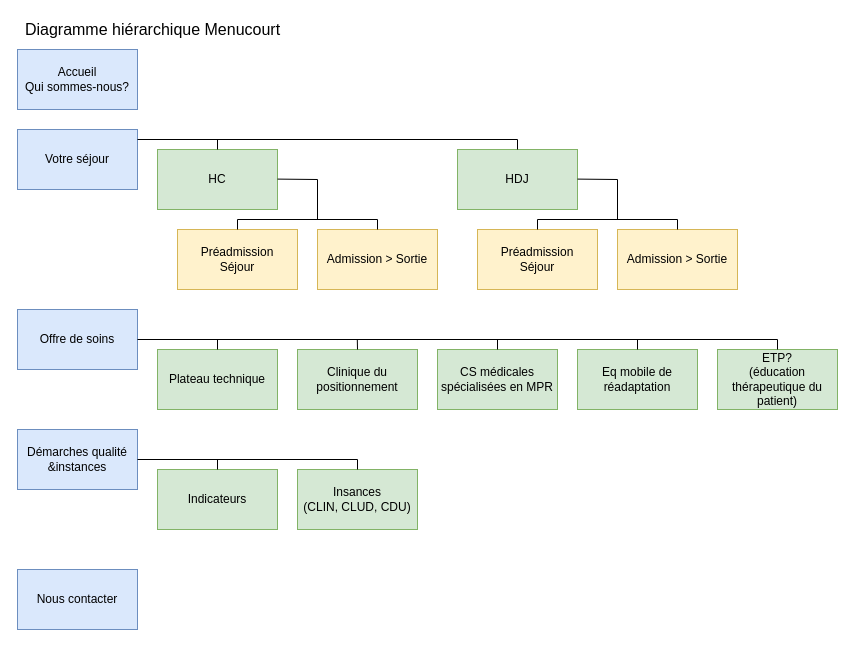
Above: Untitled Diagram.drawio in tchouky/tchouky (draw.io), before the change. Source tidied: cells renumbered, new cells numbered last; positions are measured from the earlier drawing's top-left corner, leaving out a move shared by most shapes. Both pictures are drawn from the tidied source at 100%, with x=0, y=0 at pixel (17, 19).
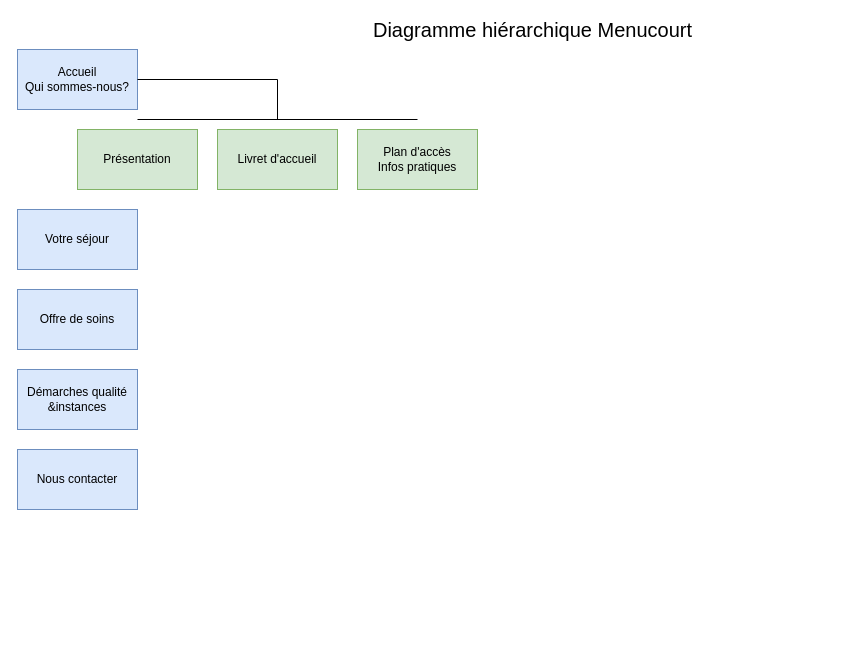
After the change.

Unchanged cells that the change refers to:
```xml
<mxCell id="2" value="&lt;div&gt;Accueil&lt;/div&gt;&lt;div&gt;Qui sommes-nous?&lt;br&gt;&lt;/div&gt;" style="rounded=0;whiteSpace=wrap;html=1;fillColor=#dae8fc;strokeColor=#6c8ebf;" parent="1" vertex="1">
  <mxGeometry y="30" width="120" height="60" as="geometry" />
</mxCell>
```

The edit, as a diff of the source:
```diff
@@
     <mxCell id="3" value="Votre séjour" style="rounded=0;whiteSpace=wrap;html=1;fillColor=#dae8fc;strokeColor=#6c8ebf;" parent="1" vertex="1">
-      <mxGeometry y="110" width="120" height="60" as="geometry" />
+      <mxGeometry y="190" width="120" height="60" as="geometry" />
     </mxCell>
     <mxCell id="4" value="Offre de soins" style="rounded=0;whiteSpace=wrap;html=1;fillColor=#dae8fc;strokeColor=#6c8ebf;" parent="1" vertex="1">
-      <mxGeometry y="290" width="120" height="60" as="geometry" />
+      <mxGeometry y="270" width="120" height="60" as="geometry" />
     </mxCell>
-    <mxCell id="5" value="&lt;font style=&quot;font-size: 16px&quot;&gt;Diagramme hiérarchique Menucourt&lt;/font&gt;" style="text;html=1;align=center;verticalAlign=middle;strokeColor=none;fillColor=none;" parent="1" vertex="1">
-      <mxGeometry width="270" height="20" as="geometry" />
+    <mxCell id="5" value="&lt;font style=&quot;font-size: 20px&quot;&gt;Diagramme hiérarchique Menucourt&lt;/font&gt;" style="text;html=1;align=center;verticalAlign=middle;strokeColor=none;fillColor=none;" parent="1" vertex="1">
+      <mxGeometry x="350" width="330" height="20" as="geometry" />
     </mxCell>
     <mxCell id="6" value="Démarches qualité &amp;amp;instances" style="rounded=0;whiteSpace=wrap;html=1;fillColor=#dae8fc;strokeColor=#6c8ebf;" parent="1" vertex="1">
-      <mxGeometry y="410" width="120" height="60" as="geometry" />
+      <mxGeometry y="350" width="120" height="60" as="geometry" />
     </mxCell>
     <mxCell id="7" value="Nous contacter" style="rounded=0;whiteSpace=wrap;html=1;fillColor=#dae8fc;strokeColor=#6c8ebf;" parent="1" vertex="1">
-      <mxGeometry y="550" width="120" height="60" as="geometry" />
+      <mxGeometry y="430" width="120" height="60" as="geometry" />
     </mxCell>
-    <mxCell id="8" value="HC" style="rounded=0;whiteSpace=wrap;html=1;fillColor=#d5e8d4;strokeColor=#82b366;" parent="1" vertex="1">
-      <mxGeometry x="140" y="130" width="120" height="60" as="geometry" />
-    </mxCell>
-    <mxCell id="9" value="HDJ" style="rounded=0;whiteSpace=wrap;html=1;fillColor=#d5e8d4;strokeColor=#82b366;" parent="1" vertex="1">
-      <mxGeometry x="440" y="130" width="120" height="60" as="geometry" />
-    </mxCell>
-    <mxCell id="10" value="Plateau technique" style="rounded=0;whiteSpace=wrap;html=1;fillColor=#d5e8d4;strokeColor=#82b366;" parent="1" vertex="1">
-      <mxGeometry x="140" y="330" width="120" height="60" as="geometry" />
-    </mxCell>
-    <mxCell id="11" value="Clinique du positionnement" style="rounded=0;whiteSpace=wrap;html=1;fillColor=#d5e8d4;strokeColor=#82b366;" parent="1" vertex="1">
-      <mxGeometry x="280" y="330" width="120" height="60" as="geometry" />
-    </mxCell>
-    <mxCell id="12" value="CS médicales spécialisées en MPR" style="rounded=0;whiteSpace=wrap;html=1;fillColor=#d5e8d4;strokeColor=#82b366;" parent="1" vertex="1">
-      <mxGeometry x="420" y="330" width="120" height="60" as="geometry" />
-    </mxCell>
-    <mxCell id="13" value="Eq mobile de réadaptation" style="rounded=0;whiteSpace=wrap;html=1;fillColor=#d5e8d4;strokeColor=#82b366;" parent="1" vertex="1">
-      <mxGeometry x="560" y="330" width="120" height="60" as="geometry" />
-    </mxCell>
-    <mxCell id="14" value="&lt;div&gt;ETP?&lt;/div&gt;&lt;div&gt;(éducation thérapeutique du patient)&lt;br&gt;&lt;/div&gt;" style="rounded=0;whiteSpace=wrap;html=1;fillColor=#d5e8d4;strokeColor=#82b366;" parent="1" vertex="1">
-      <mxGeometry x="700" y="330" width="120" height="60" as="geometry" />
-    </mxCell>
-    <mxCell id="15" style="endArrow=none;html=1;" parent="1" edge="1">
-      <mxGeometry relative="1" as="geometry">
-        <mxPoint x="120" y="120" as="sourcePoint" />
-        <mxPoint x="500" y="120" as="targetPoint" />
-      </mxGeometry>
-    </mxCell>
-    <mxCell id="16" style="endArrow=none;html=1;exitX=0.5;exitY=0;exitDx=0;exitDy=0;" parent="1" edge="1" source="8">
-      <mxGeometry relative="1" as="geometry">
-        <mxPoint x="200" y="120" as="targetPoint" />
-      </mxGeometry>
-    </mxCell>
-    <mxCell id="17" style="endArrow=none;html=1;" parent="1" edge="1">
-      <mxGeometry relative="1" as="geometry">
-        <mxPoint x="120" y="320" as="sourcePoint" />
-        <mxPoint x="760" y="320" as="targetPoint" />
-      </mxGeometry>
-    </mxCell>
-    <mxCell id="18" style="endArrow=none;html=1;entryX=0.5;entryY=0;entryDx=0;entryDy=0;" parent="1" edge="1" target="10">
-      <mxGeometry relative="1" as="geometry">
-        <mxPoint x="200" y="320" as="sourcePoint" />
-      </mxGeometry>
-    </mxCell>
-    <mxCell id="19" style="endArrow=none;html=1;" parent="1" edge="1">
-      <mxGeometry relative="1" as="geometry">
-        <mxPoint x="339.8" y="320" as="sourcePoint" />
-        <mxPoint x="340" y="330" as="targetPoint" />
-      </mxGeometry>
-    </mxCell>
-    <mxCell id="20" style="endArrow=none;html=1;entryX=0.5;entryY=0;entryDx=0;entryDy=0;" parent="1" edge="1" target="12">
-      <mxGeometry relative="1" as="geometry">
-        <mxPoint x="480" y="320" as="sourcePoint" />
-      </mxGeometry>
-    </mxCell>
-    <mxCell id="21" value="&lt;div&gt;Préadmission&lt;/div&gt;&lt;div&gt;Séjour&lt;br&gt;&lt;/div&gt;" style="rounded=0;whiteSpace=wrap;html=1;fillColor=#fff2cc;strokeColor=#d6b656;" parent="1" vertex="1">
-      <mxGeometry x="160" y="210" width="120" height="60" as="geometry" />
-    </mxCell>
-    <mxCell id="22" value="Admission &amp;gt; Sortie" style="rounded=0;whiteSpace=wrap;html=1;fillColor=#fff2cc;strokeColor=#d6b656;" parent="1" vertex="1">
-      <mxGeometry x="300" y="210" width="120" height="60" as="geometry" />
-    </mxCell>
-    <mxCell id="23" value="&lt;div&gt;Préadmission&lt;/div&gt;&lt;div&gt;Séjour&lt;br&gt;&lt;/div&gt;" style="rounded=0;whiteSpace=wrap;html=1;fillColor=#fff2cc;strokeColor=#d6b656;" parent="1" vertex="1">
-      <mxGeometry x="460" y="210" width="120" height="60" as="geometry" />
-    </mxCell>
-    <mxCell id="24" value="Admission &amp;gt; Sortie" style="rounded=0;whiteSpace=wrap;html=1;fillColor=#fff2cc;strokeColor=#d6b656;" parent="1" vertex="1">
-      <mxGeometry x="600" y="210" width="120" height="60" as="geometry" />
-    </mxCell>
-    <mxCell id="25" style="endArrow=none;html=1;" parent="1" edge="1">
-      <mxGeometry relative="1" as="geometry">
-        <mxPoint x="360" y="200" as="sourcePoint" />
-        <mxPoint x="220" y="200" as="targetPoint" />
-      </mxGeometry>
-    </mxCell>
-    <mxCell id="26" style="endArrow=none;html=1;" parent="1" edge="1">
-      <mxGeometry relative="1" as="geometry">
-        <mxPoint x="300" y="160" as="sourcePoint" />
-        <mxPoint x="260" y="159.6" as="targetPoint" />
-      </mxGeometry>
-    </mxCell>
-    <mxCell id="27" style="endArrow=none;html=1;" parent="1" edge="1">
-      <mxGeometry relative="1" as="geometry">
-        <mxPoint x="300" y="160" as="sourcePoint" />
-        <mxPoint x="300" y="200" as="targetPoint" />
-      </mxGeometry>
-    </mxCell>
-    <mxCell id="28" style="endArrow=none;html=1;exitX=0.5;exitY=0;exitDx=0;exitDy=0;" parent="1" edge="1" source="9">
-      <mxGeometry relative="1" as="geometry">
-        <mxPoint x="500" y="120" as="targetPoint" />
-      </mxGeometry>
-    </mxCell>
-    <mxCell id="29" style="endArrow=none;html=1;exitX=0.5;exitY=0;exitDx=0;exitDy=0;" parent="1" edge="1" source="21">
-      <mxGeometry relative="1" as="geometry">
-        <mxPoint x="220" y="200" as="targetPoint" />
-      </mxGeometry>
-    </mxCell>
-    <mxCell id="30" style="endArrow=none;html=1;exitX=0.5;exitY=0;exitDx=0;exitDy=0;" parent="1" edge="1" source="22">
-      <mxGeometry relative="1" as="geometry">
-        <mxPoint x="360" y="200" as="targetPoint" />
-      </mxGeometry>
-    </mxCell>
-    <mxCell id="31" style="endArrow=none;html=1;" parent="1" edge="1">
-      <mxGeometry relative="1" as="geometry">
-        <mxPoint x="660" y="200" as="sourcePoint" />
-        <mxPoint x="520" y="200" as="targetPoint" />
-      </mxGeometry>
-    </mxCell>
-    <mxCell id="32" style="endArrow=none;html=1;" parent="1" edge="1">
-      <mxGeometry relative="1" as="geometry">
-        <mxPoint x="600" y="160" as="sourcePoint" />
-        <mxPoint x="560" y="159.6" as="targetPoint" />
-      </mxGeometry>
-    </mxCell>
-    <mxCell id="33" style="endArrow=none;html=1;" parent="1" edge="1">
-      <mxGeometry relative="1" as="geometry">
-        <mxPoint x="600" y="160" as="sourcePoint" />
-        <mxPoint x="600" y="200" as="targetPoint" />
-      </mxGeometry>
-    </mxCell>
-    <mxCell id="34" style="endArrow=none;html=1;exitX=0.5;exitY=0;exitDx=0;exitDy=0;" parent="1" edge="1">
-      <mxGeometry relative="1" as="geometry">
-        <mxPoint x="520" y="210" as="sourcePoint" />
-        <mxPoint x="520" y="200" as="targetPoint" />
-      </mxGeometry>
-    </mxCell>
-    <mxCell id="35" style="endArrow=none;html=1;exitX=0.5;exitY=0;exitDx=0;exitDy=0;" parent="1" edge="1">
-      <mxGeometry relative="1" as="geometry">
-        <mxPoint x="660" y="210" as="sourcePoint" />
-        <mxPoint x="660" y="200" as="targetPoint" />
-      </mxGeometry>
-    </mxCell>
-    <mxCell id="36" style="endArrow=none;html=1;entryX=0.5;entryY=0;entryDx=0;entryDy=0;" parent="1" edge="1" target="13">
-      <mxGeometry relative="1" as="geometry">
-        <mxPoint x="620" y="320" as="sourcePoint" />
-      </mxGeometry>
-    </mxCell>
-    <mxCell id="37" style="endArrow=none;html=1;exitX=0.5;exitY=0;exitDx=0;exitDy=0;" parent="1" edge="1" source="14">
-      <mxGeometry relative="1" as="geometry">
-        <mxPoint x="760" y="320" as="targetPoint" />
-      </mxGeometry>
-    </mxCell>
-    <mxCell id="38" value="Indicateurs" style="rounded=0;whiteSpace=wrap;html=1;fillColor=#d5e8d4;strokeColor=#82b366;" parent="1" vertex="1">
-      <mxGeometry x="140" y="450" width="120" height="60" as="geometry" />
+    <mxCell id="38" value="Présentation" style="rounded=0;whiteSpace=wrap;html=1;fillColor=#d5e8d4;strokeColor=#82b366;" parent="1" vertex="1">
+      <mxGeometry x="60" y="110" width="120" height="60" as="geometry" />
     </mxCell>
-    <mxCell id="39" value="&lt;div&gt;Insances &lt;br&gt;&lt;/div&gt;&lt;div&gt;(CLIN, CLUD, CDU)&lt;/div&gt;" style="rounded=0;whiteSpace=wrap;html=1;fillColor=#d5e8d4;strokeColor=#82b366;" parent="1" vertex="1">
-      <mxGeometry x="280" y="450" width="120" height="60" as="geometry" />
-    </mxCell>
-    <mxCell id="40" style="endArrow=none;html=1;exitX=1;exitY=0.5;exitDx=0;exitDy=0;" parent="1" edge="1" source="6">
-      <mxGeometry relative="1" as="geometry">
-        <mxPoint x="340" y="440" as="targetPoint" />
-      </mxGeometry>
-    </mxCell>
-    <mxCell id="41" style="endArrow=none;html=1;exitX=0.5;exitY=0;exitDx=0;exitDy=0;" parent="1" edge="1" source="39">
-      <mxGeometry relative="1" as="geometry">
-        <mxPoint x="340" y="440" as="targetPoint" />
-      </mxGeometry>
-    </mxCell>
-    <mxCell id="42" style="endArrow=none;html=1;" parent="1" edge="1" source="38">
-      <mxGeometry relative="1" as="geometry">
-        <mxPoint x="200" y="440" as="targetPoint" />
-      </mxGeometry>
-    </mxCell>
+    <mxCell id="43" value="Livret d'accueil" style="rounded=0;whiteSpace=wrap;html=1;fillColor=#d5e8d4;strokeColor=#82b366;" parent="1" vertex="1">
+      <mxGeometry x="200" y="110" width="120" height="60" as="geometry" />
+    </mxCell>
+    <mxCell id="44" value="&lt;div&gt;Plan d'accès&lt;/div&gt;&lt;div&gt;Infos pratiques&lt;br&gt;&lt;/div&gt;" style="rounded=0;whiteSpace=wrap;html=1;fillColor=#d5e8d4;strokeColor=#82b366;" parent="1" vertex="1">
+      <mxGeometry x="340" y="110" width="120" height="60" as="geometry" />
+    </mxCell>
+    <mxCell id="45" style="endArrow=none;html=1;" parent="1" edge="1">
+      <mxGeometry relative="1" as="geometry">
+        <mxPoint x="400" y="100" as="sourcePoint" />
+        <mxPoint x="120" y="100" as="targetPoint" />
+      </mxGeometry>
+    </mxCell>
+    <mxCell id="46" style="endArrow=none;html=1;exitX=1;exitY=0.5;exitDx=0;exitDy=0;" parent="1" edge="1" source="2">
+      <mxGeometry relative="1" as="geometry">
+        <mxPoint x="260" y="60" as="targetPoint" />
+      </mxGeometry>
+    </mxCell>
+    <mxCell id="47" style="endArrow=none;html=1;" parent="1" edge="1">
+      <mxGeometry relative="1" as="geometry">
+        <mxPoint x="260" y="100" as="sourcePoint" />
+        <mxPoint x="260" y="60" as="targetPoint" />
+      </mxGeometry>
+    </mxCell>
```
